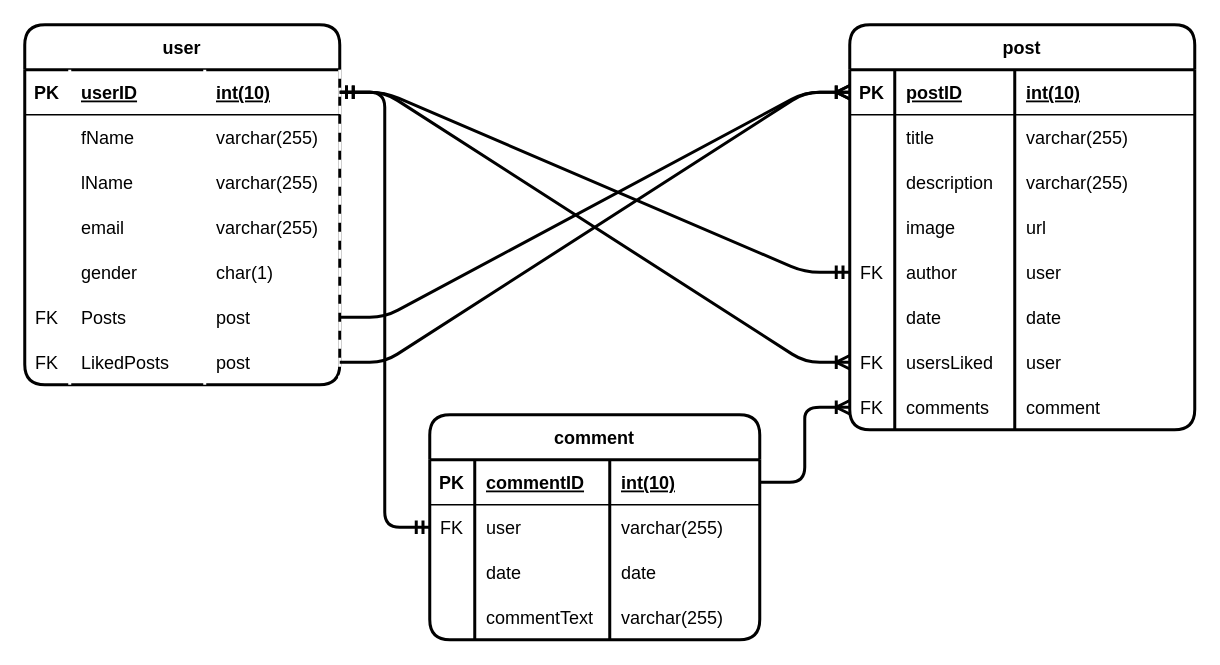
tonkatommy/tommys-IOD-repo keeps this draw.io diagram as Module 08/DesignLogicalPhysicalDB/physical.drawio. Above is the earlier version. Source tidied: cells renumbered, new cells numbered last; positions are measured from the earlier drawing's top-left corner, leaving out a move shared by most shapes. Both pictures are drawn from the tidied source at 150%, with x=0, y=0 at pixel (24, 24).
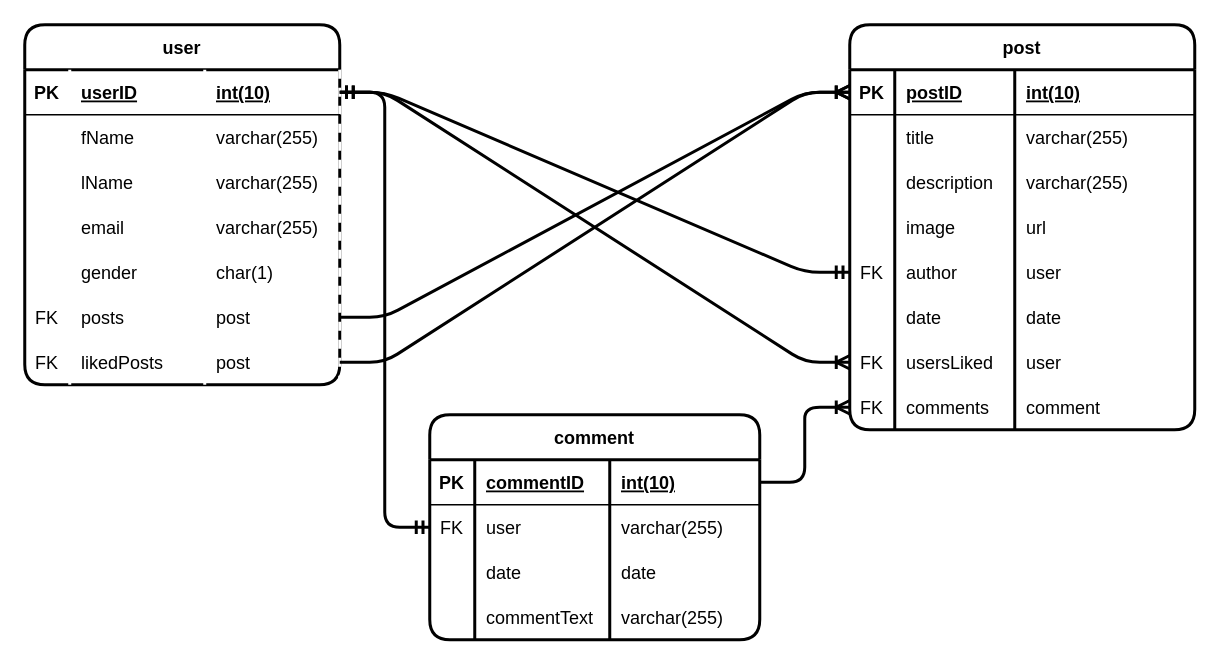
After the change.

Unchanged cells that the change refers to:
```xml
<mxCell id="56" style="shape=tableRow;horizontal=0;startSize=0;swimlaneHead=0;swimlaneBody=0;fillColor=none;points=[[0,0.5],[1,0.5]];portConstraint=eastwest;top=0;left=0;right=0;bottom=0;" parent="35" vertex="1">
  <mxGeometry y="180" width="210" height="30" as="geometry" />
</mxCell>
<mxCell id="60" style="shape=tableRow;horizontal=0;startSize=0;swimlaneHead=0;swimlaneBody=0;fillColor=none;points=[[0,0.5],[1,0.5]];portConstraint=eastwest;top=0;left=0;right=0;bottom=0;" parent="35" vertex="1">
  <mxGeometry y="210" width="210" height="30" as="geometry" />
</mxCell>
```

Diff of the diagram source:
```diff
@@
-    <mxCell id="58" value="Posts" style="shape=partialRectangle;fillColor=none;top=0;left=0;bottom=0;right=0;align=left;spacingLeft=6;overflow=hidden;" parent="56" vertex="1">
+    <mxCell id="58" value="posts" style="shape=partialRectangle;fillColor=none;top=0;left=0;bottom=0;right=0;align=left;spacingLeft=6;overflow=hidden;" parent="56" vertex="1">
       <mxGeometry x="30" width="90" height="30" as="geometry" />
     </mxCell>
@@
-    <mxCell id="62" value="LikedPosts" style="shape=partialRectangle;fillColor=none;top=0;left=0;bottom=0;right=0;align=left;spacingLeft=6;overflow=hidden;" parent="60" vertex="1">
+    <mxCell id="62" value="likedPosts" style="shape=partialRectangle;fillColor=none;top=0;left=0;bottom=0;right=0;align=left;spacingLeft=6;overflow=hidden;" parent="60" vertex="1">
       <mxGeometry x="30" width="90" height="30" as="geometry" />
     </mxCell>
```
